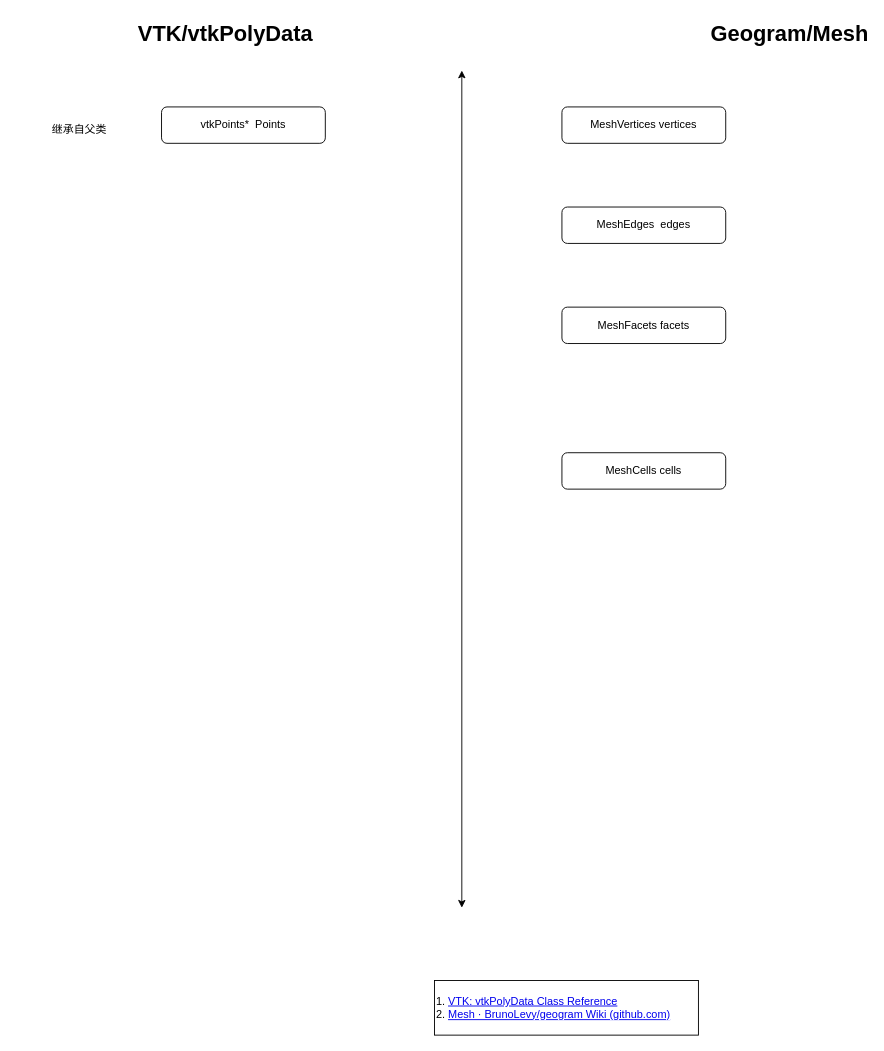
This is gram/mesh.drawio from cedarz/geogram, a draw.io file, before an edit. Source tidied: cells renumbered, new cells numbered last; positions are measured from the earlier drawing's top-left corner, leaving out a move shared by most shapes. Both pictures are drawn from the tidied source at 91%, with x=0, y=0 at pixel (25, 15).
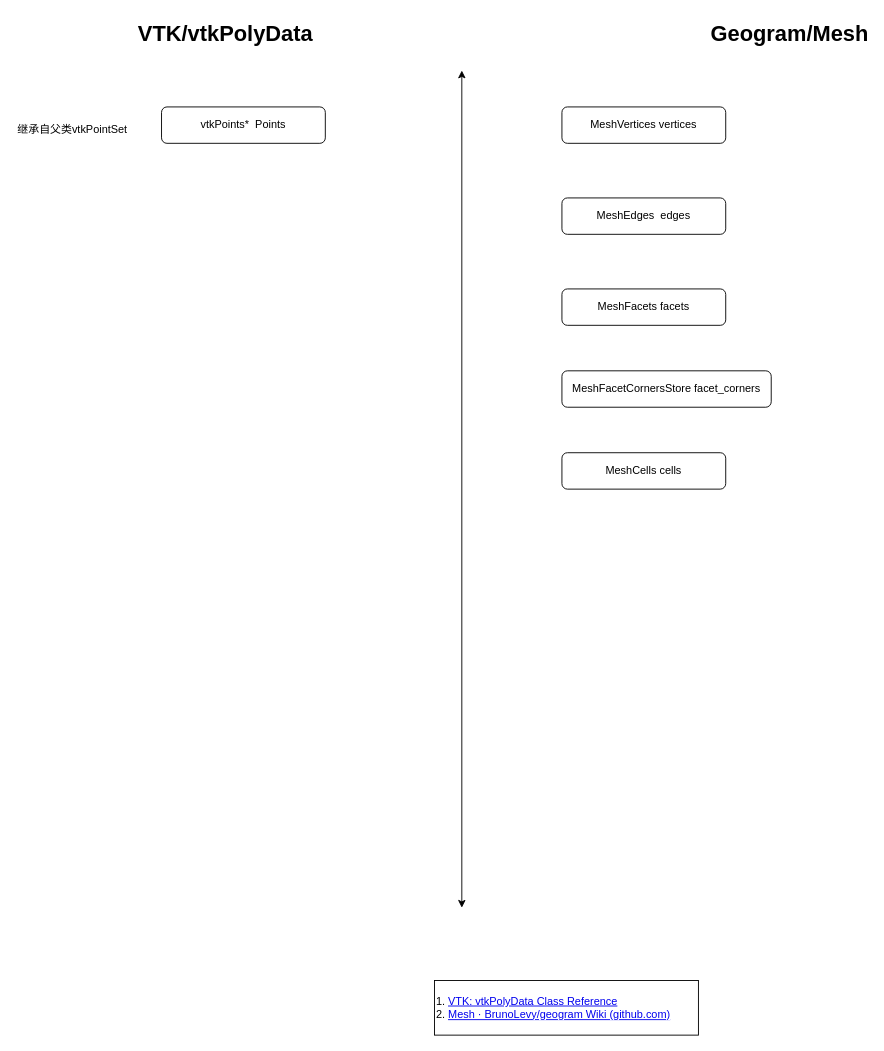
The same page after the edit.

The edit, as a diff of the source:
```diff
@@
 <mxGraphModel>
   <root>
     <mxCell id="0" />
     <mxCell id="1" parent="0" />
     <mxCell id="2" style="endArrow=classic;startArrow=classic;html=1;rounded=0;" parent="1" edge="1">
       <mxGeometry relative="1" as="geometry">
         <mxPoint x="480" y="980" as="sourcePoint" />
         <mxPoint x="480" y="60" as="targetPoint" />
       </mxGeometry>
     </mxCell>
     <mxCell id="3" value="MeshVertices&amp;nbsp;vertices" style="rounded=1;whiteSpace=wrap;html=1;fillColor=none;" parent="1" vertex="1">
       <mxGeometry x="590" y="100" width="180" height="40" as="geometry" />
     </mxCell>
     <mxCell id="4" style="edgeStyle=orthogonalEdgeStyle;rounded=0;orthogonalLoop=1;jettySize=auto;html=1;exitX=1;exitY=1;exitDx=0;exitDy=0;entryX=1;entryY=0.75;entryDx=0;entryDy=0;opacity=0;" parent="1" edge="1" source="3" target="3">
       <mxGeometry relative="1" as="geometry" />
     </mxCell>
     <mxCell id="5" value="MeshEdges&amp;nbsp; edges" style="rounded=1;whiteSpace=wrap;html=1;fillColor=none;" parent="1" vertex="1">
-      <mxGeometry x="590" y="210" width="180" height="40" as="geometry" />
+      <mxGeometry x="590" y="200" width="180" height="40" as="geometry" />
     </mxCell>
     <mxCell id="6" value="MeshFacets facets" style="rounded=1;whiteSpace=wrap;html=1;fillColor=none;" parent="1" vertex="1">
-      <mxGeometry x="590" y="320" width="180" height="40" as="geometry" />
+      <mxGeometry x="590" y="300" width="180" height="40" as="geometry" />
     </mxCell>
     <mxCell id="7" value="MeshCells cells" style="rounded=1;whiteSpace=wrap;html=1;fillColor=none;" parent="1" vertex="1">
       <mxGeometry x="590" y="480" width="180" height="40" as="geometry" />
     </mxCell>
     <mxCell id="8" value="vtkPoints*&amp;nbsp; Points" style="rounded=1;whiteSpace=wrap;html=1;fillColor=none;" parent="1" vertex="1">
       <mxGeometry x="150" y="100" width="180" height="40" as="geometry" />
     </mxCell>
     <mxCell id="9" value="Geogram/Mesh" style="text;strokeColor=none;fillColor=none;html=1;fontSize=24;fontStyle=1;verticalAlign=middle;align=center;" parent="1" vertex="1">
       <mxGeometry x="790" width="100" height="40" as="geometry" />
     </mxCell>
     <mxCell id="10" value="VTK/vtkPolyData" style="text;strokeColor=none;fillColor=none;html=1;fontSize=24;fontStyle=1;verticalAlign=middle;align=center;" parent="1" vertex="1">
       <mxGeometry x="170" width="100" height="40" as="geometry" />
     </mxCell>
     <mxCell id="11" value="1.&amp;nbsp;&lt;a href=&quot;https://vtk.org/doc/nightly/html/classvtkPolyData.html&quot;&gt;VTK: vtkPolyData Class Reference&lt;/a&gt;&lt;div&gt;2.&amp;nbsp;&lt;a style=&quot;background-color: initial;&quot; href=&quot;https://github.com/BrunoLevy/geogram/wiki/Mesh&quot;&gt;Mesh · BrunoLevy/geogram Wiki (github.com)&lt;/a&gt;&lt;/div&gt;" style="rounded=0;whiteSpace=wrap;html=1;align=left;" parent="1" vertex="1">
       <mxGeometry x="450" y="1060" width="290" height="60" as="geometry" />
     </mxCell>
-    <mxCell id="12" value="继承自父类" style="text;html=1;align=center;verticalAlign=middle;whiteSpace=wrap;rounded=0;" parent="1" vertex="1">
-      <mxGeometry y="110" width="120" height="30" as="geometry" />
+    <mxCell id="12" value="继承自父类vtkPointSet" style="text;html=1;align=left;verticalAlign=middle;whiteSpace=wrap;rounded=0;" parent="1" vertex="1">
+      <mxGeometry x="-10" y="110" width="130" height="30" as="geometry" />
     </mxCell>
+    <mxCell id="13" value="MeshFacetCornersStore facet_corners" style="rounded=1;whiteSpace=wrap;html=1;fillColor=none;" parent="1" vertex="1">
+      <mxGeometry x="590" y="390" width="230" height="40" as="geometry" />
+    </mxCell>
   </root>
 </mxGraphModel>
```
